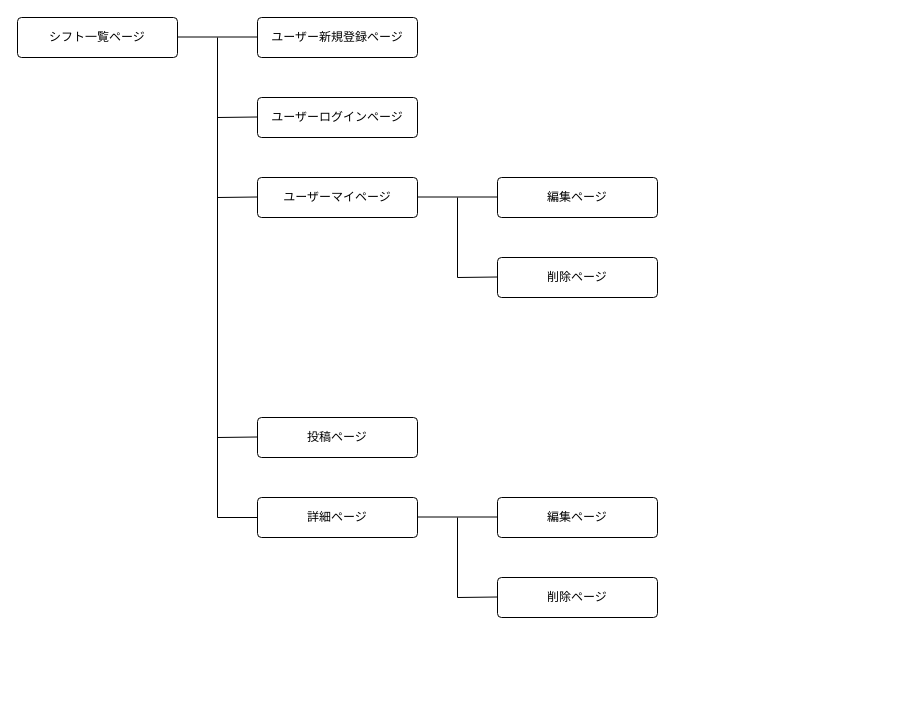
Before: waps_画面遷移図.dio in graphite01/waps, a draw.io diagram. Source tidied: cells renumbered, new cells numbered last; positions are measured from the earlier drawing's top-left corner, leaving out a move shared by most shapes. Both pictures are drawn from the tidied source at 100%, with x=0, y=0 at pixel (17, 17).
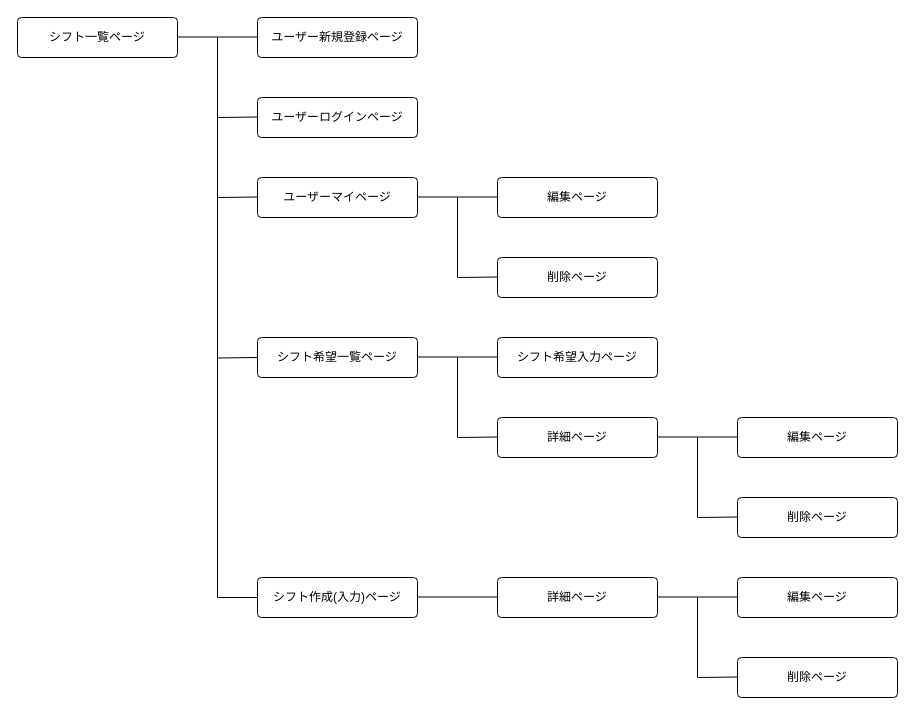
The same page after the edit.

Commit message (it also covers changes not shown here):
README&EE図&画面遷移図の修正

Diff of the diagram source:
```diff
@@
     <mxCell id="6" value="詳細ページ" style="rounded=1;arcSize=10;whiteSpace=wrap;html=1;align=center;" parent="1" vertex="1">
-      <mxGeometry x="240" y="480" width="160" height="40" as="geometry" />
+      <mxGeometry x="480" y="400" width="160" height="40" as="geometry" />
     </mxCell>
-    <mxCell id="7" value="投稿ページ" style="rounded=1;arcSize=10;whiteSpace=wrap;html=1;align=center;" parent="1" vertex="1">
-      <mxGeometry x="240" y="400" width="160" height="40" as="geometry" />
+    <mxCell id="7" value="シフト希望一覧ページ" style="rounded=1;arcSize=10;whiteSpace=wrap;html=1;align=center;" parent="1" vertex="1">
+      <mxGeometry x="240" y="320" width="160" height="40" as="geometry" />
     </mxCell>
     <mxCell id="8" value="編集ページ" style="rounded=1;arcSize=10;whiteSpace=wrap;html=1;align=center;" parent="1" vertex="1">
-      <mxGeometry x="480" y="480" width="160" height="40" as="geometry" />
+      <mxGeometry x="720" y="400" width="160" height="40" as="geometry" />
     </mxCell>
@@
     <mxCell id="13" style="endArrow=none;html=1;rounded=0;" parent="1" edge="1">
       <mxGeometry relative="1" as="geometry">
-        <mxPoint x="400" y="499.5" as="sourcePoint" />
-        <mxPoint x="480" y="499.5" as="targetPoint" />
+        <mxPoint x="640" y="419.5" as="sourcePoint" />
+        <mxPoint x="720" y="419.5" as="targetPoint" />
       </mxGeometry>
     </mxCell>
-    <mxCell id="14" style="endArrow=none;html=1;rounded=0;" parent="1" edge="1">
+    <mxCell id="14" style="endArrow=none;html=1;rounded=0;entryX=0;entryY=0.5;entryDx=0;entryDy=0;" parent="1" edge="1" target="24">
       <mxGeometry relative="1" as="geometry">
         <mxPoint x="200" y="20" as="sourcePoint" />
-        <mxPoint x="240" y="500" as="targetPoint" />
         <Array as="points">
-          <mxPoint x="200" y="500" />
+          <mxPoint x="200" y="580" />
         </Array>
       </mxGeometry>
     </mxCell>
@@
     <mxCell id="18" style="endArrow=none;html=1;rounded=0;" parent="1" edge="1">
       <mxGeometry relative="1" as="geometry">
-        <mxPoint x="200" y="420" as="sourcePoint" />
-        <mxPoint x="240" y="419.5" as="targetPoint" />
+        <mxPoint x="200" y="340.5" as="sourcePoint" />
+        <mxPoint x="240" y="340" as="targetPoint" />
       </mxGeometry>
     </mxCell>
     <mxCell id="19" style="endArrow=none;html=1;rounded=0;" parent="1" edge="1">
       <mxGeometry relative="1" as="geometry">
-        <mxPoint x="440" y="500" as="sourcePoint" />
-        <mxPoint x="480" y="579.5" as="targetPoint" />
+        <mxPoint x="680" y="420" as="sourcePoint" />
+        <mxPoint x="720" y="499.5" as="targetPoint" />
         <Array as="points">
-          <mxPoint x="440" y="580" />
+          <mxPoint x="680" y="500" />
         </Array>
       </mxGeometry>
     </mxCell>
     <mxCell id="20" value="削除ページ" style="rounded=1;arcSize=10;whiteSpace=wrap;html=1;align=center;" parent="1" vertex="1">
-      <mxGeometry x="480" y="560" width="160" height="40" as="geometry" />
+      <mxGeometry x="720" y="480" width="160" height="40" as="geometry" />
     </mxCell>
+    <mxCell id="21" value="シフト希望入力ページ" style="rounded=1;arcSize=10;whiteSpace=wrap;html=1;align=center;" parent="1" vertex="1">
+      <mxGeometry x="480" y="320" width="160" height="40" as="geometry" />
+    </mxCell>
+    <mxCell id="22" style="endArrow=none;html=1;rounded=0;" parent="1" edge="1">
+      <mxGeometry relative="1" as="geometry">
+        <mxPoint x="400" y="339.5" as="sourcePoint" />
+        <mxPoint x="480" y="339.5" as="targetPoint" />
+      </mxGeometry>
+    </mxCell>
+    <mxCell id="23" style="endArrow=none;html=1;rounded=0;" parent="1" edge="1">
+      <mxGeometry relative="1" as="geometry">
+        <mxPoint x="440" y="340" as="sourcePoint" />
+        <mxPoint x="480" y="419.5" as="targetPoint" />
+        <Array as="points">
+          <mxPoint x="440" y="420" />
+        </Array>
+      </mxGeometry>
+    </mxCell>
+    <mxCell id="24" value="シフト作成(入力)ページ" style="rounded=1;arcSize=10;whiteSpace=wrap;html=1;align=center;" parent="1" vertex="1">
+      <mxGeometry x="240" y="560" width="160" height="40" as="geometry" />
+    </mxCell>
+    <mxCell id="25" value="詳細ページ" style="rounded=1;arcSize=10;whiteSpace=wrap;html=1;align=center;" parent="1" vertex="1">
+      <mxGeometry x="480" y="560" width="160" height="40" as="geometry" />
+    </mxCell>
+    <mxCell id="26" value="編集ページ" style="rounded=1;arcSize=10;whiteSpace=wrap;html=1;align=center;" parent="1" vertex="1">
+      <mxGeometry x="720" y="560" width="160" height="40" as="geometry" />
+    </mxCell>
+    <mxCell id="27" style="endArrow=none;html=1;rounded=0;" parent="1" edge="1">
+      <mxGeometry relative="1" as="geometry">
+        <mxPoint x="640" y="579.5" as="sourcePoint" />
+        <mxPoint x="720" y="579.5" as="targetPoint" />
+      </mxGeometry>
+    </mxCell>
+    <mxCell id="28" style="endArrow=none;html=1;rounded=0;" parent="1" edge="1">
+      <mxGeometry relative="1" as="geometry">
+        <mxPoint x="680" y="580" as="sourcePoint" />
+        <mxPoint x="720" y="659.5" as="targetPoint" />
+        <Array as="points">
+          <mxPoint x="680" y="660" />
+        </Array>
+      </mxGeometry>
+    </mxCell>
+    <mxCell id="29" value="削除ページ" style="rounded=1;arcSize=10;whiteSpace=wrap;html=1;align=center;" parent="1" vertex="1">
+      <mxGeometry x="720" y="640" width="160" height="40" as="geometry" />
+    </mxCell>
+    <mxCell id="30" style="endArrow=none;html=1;rounded=0;" parent="1" edge="1">
+      <mxGeometry relative="1" as="geometry">
+        <mxPoint x="400" y="579.5" as="sourcePoint" />
+        <mxPoint x="480" y="579.5" as="targetPoint" />
+      </mxGeometry>
+    </mxCell>
```
